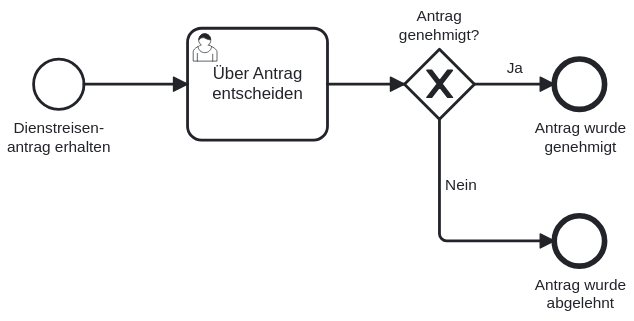
Above: docs/Dienstreisenantrag.svg in Miragon/business-trip-showcase (BPMN), before the change. Its source is kept beside it as process-application/src/main/resources/Dienstreisenantrag.bpmn. Ids are renumbered.
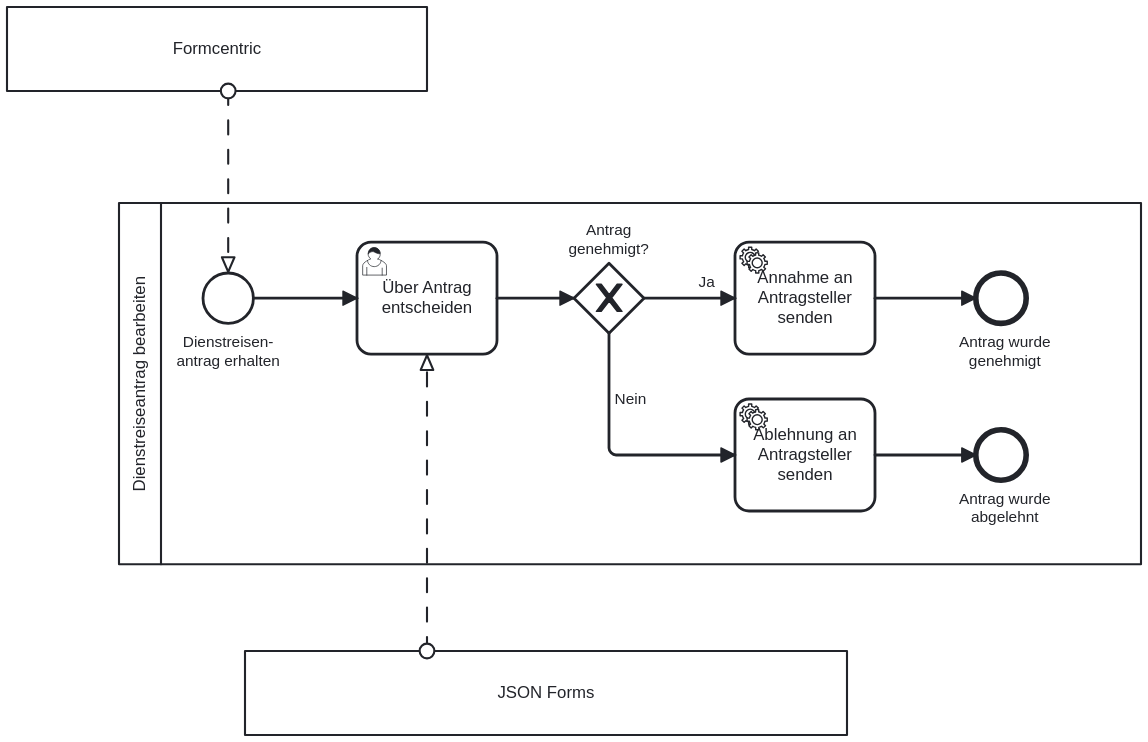
The same diagram one commit later.

The edit, as a diff of the source:
```diff
@@ -1,4 +1,11 @@
-<bpmn:definitions xmlns:bpmn="http://www.omg.org/spec/BPMN/20100524/MODEL" xmlns:bpmndi="http://www.omg.org/spec/BPMN/20100524/DI" xmlns:dc="http://www.omg.org/spec/DD/20100524/DC" xmlns:zeebe="http://camunda.org/schema/zeebe/1.0" xmlns:modeler="http://camunda.org/schema/modeler/1.0" xmlns:xsi="http://www.w3.org/2001/XMLSchema-instance" xmlns:di="http://www.omg.org/spec/DD/20100524/DI" id="Definitions_1" targetNamespace="http://bpmn.io/schema/bpmn" exporter="Camunda Web Modeler" exporterVersion="6ad2448" modeler:executionPlatform="Camunda Cloud" modeler:executionPlatformVersion="8.7.0">
+<bpmn:definitions xmlns:bpmn="http://www.omg.org/spec/BPMN/20100524/MODEL" xmlns:bpmndi="http://www.omg.org/spec/BPMN/20100524/DI" xmlns:dc="http://www.omg.org/spec/DD/20100524/DC" xmlns:zeebe="http://camunda.org/schema/zeebe/1.0" xmlns:modeler="http://camunda.org/schema/modeler/1.0" xmlns:xsi="http://www.w3.org/2001/XMLSchema-instance" xmlns:di="http://www.omg.org/spec/DD/20100524/DI" id="Definitions_1" targetNamespace="http://bpmn.io/schema/bpmn" exporter="Camunda Web Modeler" exporterVersion="1a30d09" modeler:executionPlatform="Camunda Cloud" modeler:executionPlatformVersion="8.7.0">
+  <bpmn:collaboration id="Collaboration_n9">
+    <bpmn:participant id="Participant_n10" name="Dienstreiseantrag bearbeiten" processRef="Dienstreisenantrag" />
+    <bpmn:participant id="Participant_n11" name="Formcentric" />
+    <bpmn:participant id="Participant_n12" name="JSON Forms" />
+    <bpmn:messageFlow id="Flow_n13" sourceRef="Participant_n11" targetRef="StartEvent_1" />
+    <bpmn:messageFlow id="Flow_n14" sourceRef="Participant_n12" targetRef="Activity_n2" />
+  </bpmn:collaboration>
   <bpmn:process id="Dienstreisenantrag" name="Dienstreisenantrag" isExecutable="true">
     <bpmn:startEvent id="StartEvent_1" name="Dienstreisen-antrag erhalten">
       <bpmn:extensionElements>
@@ -15,34 +22,54 @@
       <bpmn:extensionElements>
         <zeebe:ioMapping>
           <zeebe:input source="=request" target="request" />
-          <zeebe:output source="=approval" target="approval" />
+          <zeebe:output source="=request" target="request" />
         </zeebe:ioMapping>
       </bpmn:extensionElements>
       <bpmn:incoming>Flow_n1</bpmn:incoming>
-      <bpmn:outgoing>Flow_n3</bpmn:outgoing>
+      <bpmn:outgoing>Flow_n15</bpmn:outgoing>
     </bpmn:userTask>
     <bpmn:sequenceFlow id="Flow_n1" sourceRef="StartEvent_1" targetRef="Activity_n2" />
+    <bpmn:sequenceFlow id="Flow_n16" name="Nein" sourceRef="Gateway_n4" targetRef="Activity_n17">
+      <bpmn:conditionExpression xsi:type="bpmn:tFormalExpression">=request.approval = false</bpmn:conditionExpression>
+    </bpmn:sequenceFlow>
+    <bpmn:sequenceFlow id="Flow_n18" name="Ja" sourceRef="Gateway_n4" targetRef="Activity_n19">
+      <bpmn:conditionExpression xsi:type="bpmn:tFormalExpression">=request.approval = true</bpmn:conditionExpression>
+    </bpmn:sequenceFlow>
+    <bpmn:sequenceFlow id="Flow_n15" sourceRef="Activity_n2" targetRef="Gateway_n4" />
+    <bpmn:sequenceFlow id="Flow_n20" sourceRef="Activity_n19" targetRef="Event_n7" />
+    <bpmn:sequenceFlow id="Flow_n21" sourceRef="Activity_n17" targetRef="Event_n8" />
+    <bpmn:serviceTask id="Activity_n19" name="Annahme an Antragsteller senden">
+      <bpmn:extensionElements>
+        <zeebe:taskDefinition type="send-email" />
+      </bpmn:extensionElements>
+      <bpmn:incoming>Flow_n18</bpmn:incoming>
+      <bpmn:outgoing>Flow_n20</bpmn:outgoing>
+    </bpmn:serviceTask>
+    <bpmn:serviceTask id="Activity_n17" name="Ablehnung an Antragsteller senden">
+      <bpmn:extensionElements>
+        <zeebe:taskDefinition type="send-email" />
+      </bpmn:extensionElements>
+      <bpmn:incoming>Flow_n16</bpmn:incoming>
+      <bpmn:outgoing>Flow_n21</bpmn:outgoing>
+    </bpmn:serviceTask>
     <bpmn:exclusiveGateway id="Gateway_n4" name="Antrag genehmigt?">
-      <bpmn:incoming>Flow_n3</bpmn:incoming>
-      <bpmn:outgoing>Flow_n5</bpmn:outgoing>
-      <bpmn:outgoing>Flow_n6</bpmn:outgoing>
+      <bpmn:incoming>Flow_n15</bpmn:incoming>
+      <bpmn:outgoing>Flow_n16</bpmn:outgoing>
+      <bpmn:outgoing>Flow_n18</bpmn:outgoing>
     </bpmn:exclusiveGateway>
-    <bpmn:sequenceFlow id="Flow_n3" sourceRef="Activity_n2" targetRef="Gateway_n4" />
     <bpmn:endEvent id="Event_n7" name="Antrag wurde genehmigt">
-      <bpmn:incoming>Flow_n5</bpmn:incoming>
+      <bpmn:incoming>Flow_n20</bpmn:incoming>
     </bpmn:endEvent>
-    <bpmn:sequenceFlow id="Flow_n5" name="Ja" sourceRef="Gateway_n4" targetRef="Event_n7">
-      <bpmn:conditionExpression xsi:type="bpmn:tFormalExpression">=approval = true</bpmn:conditionExpression>
-    </bpmn:sequenceFlow>
     <bpmn:endEvent id="Event_n8" name="Antrag wurde abgelehnt">
-      <bpmn:incoming>Flow_n6</bpmn:incoming>
+      <bpmn:incoming>Flow_n21</bpmn:incoming>
     </bpmn:endEvent>
-    <bpmn:sequenceFlow id="Flow_n6" name="Nein" sourceRef="Gateway_n4" targetRef="Event_n8">
-      <bpmn:conditionExpression xsi:type="bpmn:tFormalExpression">=approval = false</bpmn:conditionExpression>
-    </bpmn:sequenceFlow>
   </bpmn:process>
   <bpmndi:BPMNDiagram id="BPMNDiagram_1">
-    <bpmndi:BPMNPlane id="BPMNPlane_1" bpmnElement="Dienstreisenantrag">
+    <bpmndi:BPMNPlane id="BPMNPlane_1" bpmnElement="Collaboration_n9">
+      <bpmndi:BPMNShape id="Participant_n10_di" bpmnElement="Participant_n10" isHorizontal="true">
+        <dc:Bounds x="90" y="50" width="730" height="258" />
+        <bpmndi:BPMNLabel />
+      </bpmndi:BPMNShape>
       <bpmndi:BPMNShape id="_BPMNShape_StartEvent_2" bpmnElement="StartEvent_1">
         <dc:Bounds x="150" y="100" width="36" height="36" />
         <bpmndi:BPMNLabel>
@@ -53,6 +80,14 @@
         <dc:Bounds x="260" y="78" width="100" height="80" />
         <bpmndi:BPMNLabel />
       </bpmndi:BPMNShape>
+      <bpmndi:BPMNShape id="BPMNShape_n22" bpmnElement="Activity_n19">
+        <dc:Bounds x="530" y="78" width="100" height="80" />
+        <bpmndi:BPMNLabel />
+      </bpmndi:BPMNShape>
+      <bpmndi:BPMNShape id="BPMNShape_n23" bpmnElement="Activity_n17">
+        <dc:Bounds x="530" y="190" width="100" height="80" />
+        <bpmndi:BPMNLabel />
+      </bpmndi:BPMNShape>
       <bpmndi:BPMNShape id="Gateway_n4_di" bpmnElement="Gateway_n4" isMarkerVisible="true">
         <dc:Bounds x="415" y="93" width="50" height="50" />
         <bpmndi:BPMNLabel>
@@ -60,40 +95,64 @@
         </bpmndi:BPMNLabel>
       </bpmndi:BPMNShape>
       <bpmndi:BPMNShape id="Event_n7_di" bpmnElement="Event_n7">
-        <dc:Bounds x="522" y="100" width="36" height="36" />
+        <dc:Bounds x="702" y="100" width="36" height="36" />
         <bpmndi:BPMNLabel>
-          <dc:Bounds x="506" y="143" width="69" height="27" />
+          <dc:Bounds x="688" y="143" width="69" height="27" />
         </bpmndi:BPMNLabel>
       </bpmndi:BPMNShape>
       <bpmndi:BPMNShape id="Event_n8_di" bpmnElement="Event_n8">
-        <dc:Bounds x="522" y="212" width="36" height="36" />
+        <dc:Bounds x="702" y="212" width="36" height="36" />
         <bpmndi:BPMNLabel>
-          <dc:Bounds x="506" y="255" width="69" height="27" />
+          <dc:Bounds x="688" y="255" width="69" height="27" />
         </bpmndi:BPMNLabel>
       </bpmndi:BPMNShape>
       <bpmndi:BPMNEdge id="Flow_n1_di" bpmnElement="Flow_n1">
         <di:waypoint x="186" y="118" />
         <di:waypoint x="260" y="118" />
       </bpmndi:BPMNEdge>
-      <bpmndi:BPMNEdge id="Flow_n3_di" bpmnElement="Flow_n3">
-        <di:waypoint x="360" y="118" />
-        <di:waypoint x="415" y="118" />
-      </bpmndi:BPMNEdge>
-      <bpmndi:BPMNEdge id="Flow_n5_di" bpmnElement="Flow_n5">
-        <di:waypoint x="465" y="118" />
-        <di:waypoint x="522" y="118" />
-        <bpmndi:BPMNLabel>
-          <dc:Bounds x="488" y="100" width="12" height="14" />
-        </bpmndi:BPMNLabel>
-      </bpmndi:BPMNEdge>
-      <bpmndi:BPMNEdge id="Flow_n6_di" bpmnElement="Flow_n6">
+      <bpmndi:BPMNEdge id="Flow_n16_di" bpmnElement="Flow_n16">
         <di:waypoint x="440" y="143" />
         <di:waypoint x="440" y="230" />
-        <di:waypoint x="522" y="230" />
+        <di:waypoint x="530" y="230" />
         <bpmndi:BPMNLabel>
           <dc:Bounds x="444" y="184" width="23" height="14" />
         </bpmndi:BPMNLabel>
       </bpmndi:BPMNEdge>
+      <bpmndi:BPMNEdge id="Flow_n18_di" bpmnElement="Flow_n18">
+        <di:waypoint x="465" y="118" />
+        <di:waypoint x="530" y="118" />
+        <bpmndi:BPMNLabel>
+          <dc:Bounds x="504" y="100" width="12" height="14" />
+        </bpmndi:BPMNLabel>
+      </bpmndi:BPMNEdge>
+      <bpmndi:BPMNEdge id="Flow_n15_di" bpmnElement="Flow_n15">
+        <di:waypoint x="360" y="118" />
+        <di:waypoint x="415" y="118" />
+      </bpmndi:BPMNEdge>
+      <bpmndi:BPMNEdge id="Flow_n20_di" bpmnElement="Flow_n20">
+        <di:waypoint x="630" y="118" />
+        <di:waypoint x="702" y="118" />
+      </bpmndi:BPMNEdge>
+      <bpmndi:BPMNEdge id="Flow_n21_di" bpmnElement="Flow_n21">
+        <di:waypoint x="630" y="230" />
+        <di:waypoint x="702" y="230" />
+      </bpmndi:BPMNEdge>
+      <bpmndi:BPMNShape id="Participant_1c8dr1v_di" bpmnElement="Participant_n11" isHorizontal="true">
+        <dc:Bounds x="10" y="-90" width="300" height="60" />
+        <bpmndi:BPMNLabel />
+      </bpmndi:BPMNShape>
+      <bpmndi:BPMNShape id="BPMNShape_n24" bpmnElement="Participant_n12" isHorizontal="true">
+        <dc:Bounds x="180" y="370" width="430" height="60" />
+        <bpmndi:BPMNLabel />
+      </bpmndi:BPMNShape>
+      <bpmndi:BPMNEdge id="Flow_n13_di" bpmnElement="Flow_n13">
+        <di:waypoint x="168" y="-30" />
+        <di:waypoint x="168" y="100" />
+      </bpmndi:BPMNEdge>
+      <bpmndi:BPMNEdge id="Flow_n14_di" bpmnElement="Flow_n14">
+        <di:waypoint x="310" y="370" />
+        <di:waypoint x="310" y="158" />
+      </bpmndi:BPMNEdge>
     </bpmndi:BPMNPlane>
   </bpmndi:BPMNDiagram>
 </bpmn:definitions>
```
